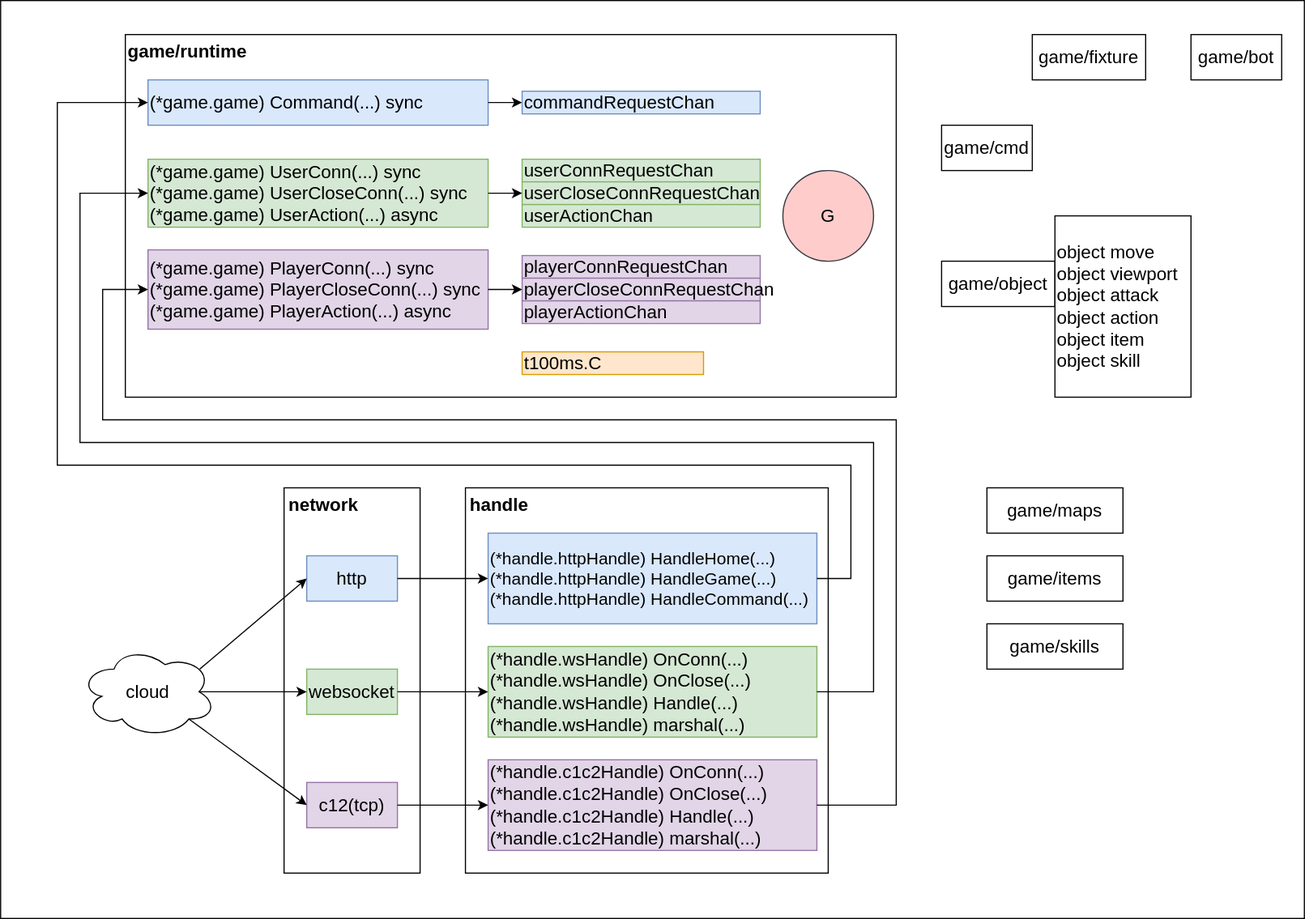
Before: src/server-game/game.drawio.svg, a diagram exported from draw.io (xujintao/balgass). Source tidied: cells renumbered, new cells last; positions are measured from the earlier drawing's top-left corner, leaving out a move shared by most shapes.
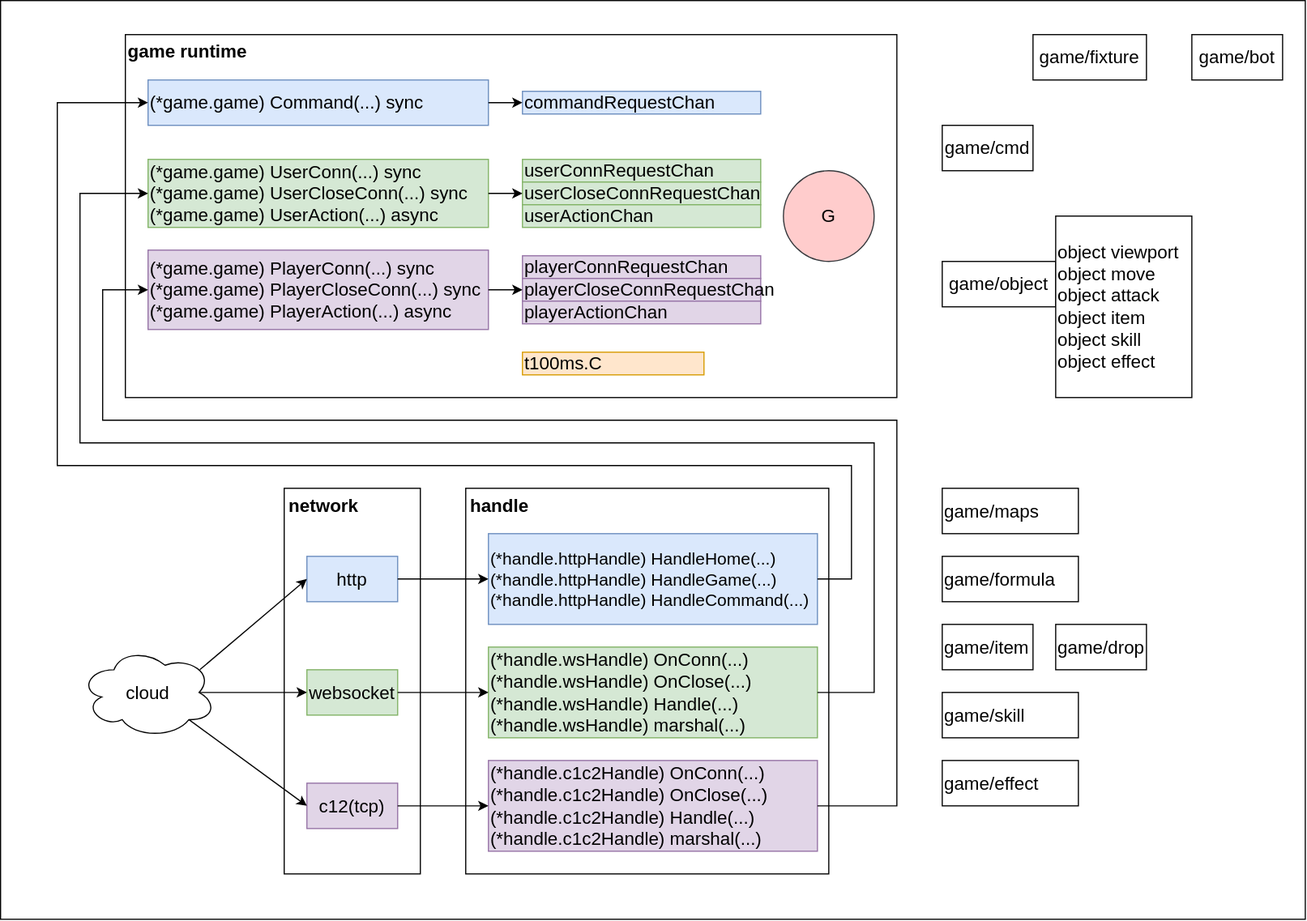
After the commit.

Commit message:
server-game/refactor: move item drop logic from object/monster package to drop package

The edit, as a diff of the source:
```diff
@@ -47,7 +47,7 @@
     <mxCell id="16" value="(*game.game) PlayerConn(...) sync&lt;div&gt;(*game.game) PlayerCloseConn(...) sync&lt;/div&gt;&lt;div&gt;(*game.game) PlayerAction(...) async&lt;/div&gt;" style="rounded=0;whiteSpace=wrap;html=1;align=left;fillColor=#e1d5e7;strokeColor=#9673a6;fontSize=16;fontStyle=0;" parent="1" vertex="1">
       <mxGeometry x="130" y="220" width="300" height="70" as="geometry" />
     </mxCell>
-    <mxCell id="17" value="game/runtime" style="text;html=1;whiteSpace=wrap;strokeColor=none;fillColor=none;align=center;verticalAlign=middle;rounded=0;fontStyle=1;fontSize=16;" parent="1" vertex="1">
+    <mxCell id="17" value="game runtime" style="text;html=1;whiteSpace=wrap;strokeColor=none;fillColor=none;align=center;verticalAlign=middle;rounded=0;fontStyle=1;fontSize=16;" parent="1" vertex="1">
       <mxGeometry x="110" y="30" width="110" height="30" as="geometry" />
     </mxCell>
     <mxCell id="18" value="commandRequestChan" style="rounded=0;whiteSpace=wrap;html=1;align=left;fillColor=#dae8fc;strokeColor=#6c8ebf;fontSize=16;fontStyle=0;" parent="1" vertex="1">
@@ -149,17 +149,26 @@
     <mxCell id="43" value="game/fixture" style="rounded=0;whiteSpace=wrap;html=1;fontStyle=0;fontSize=16;" parent="1" vertex="1">
       <mxGeometry x="910" y="30" width="100" height="40" as="geometry" />
     </mxCell>
-    <mxCell id="44" value="object move&lt;br&gt;object viewport&lt;br&gt;object attack&lt;br&gt;object action&lt;br&gt;object item&lt;br&gt;object skill" style="rounded=0;whiteSpace=wrap;html=1;fontSize=16;align=left;" parent="1" vertex="1">
+    <mxCell id="44" value="&lt;div&gt;object viewport&lt;/div&gt;object move&lt;br&gt;object attack&lt;br&gt;object item&lt;br&gt;object skill&lt;div&gt;object effect&lt;br&gt;&lt;/div&gt;" style="rounded=0;whiteSpace=wrap;html=1;fontSize=16;align=left;" parent="1" vertex="1">
       <mxGeometry x="930" y="190" width="120" height="160" as="geometry" />
     </mxCell>
-    <mxCell id="45" value="game/maps" style="rounded=0;whiteSpace=wrap;html=1;fontSize=16;" parent="1" vertex="1">
-      <mxGeometry x="870" y="430" width="120" height="40" as="geometry" />
+    <mxCell id="45" value="game/maps" style="rounded=0;whiteSpace=wrap;html=1;fontSize=16;align=left;" parent="1" vertex="1">
+      <mxGeometry x="830" y="430" width="120" height="40" as="geometry" />
     </mxCell>
-    <mxCell id="46" value="game/items" style="rounded=0;whiteSpace=wrap;html=1;fontSize=16;" parent="1" vertex="1">
-      <mxGeometry x="870" y="490" width="120" height="40" as="geometry" />
+    <mxCell id="46" value="game/item" style="rounded=0;whiteSpace=wrap;html=1;fontSize=16;align=left;" parent="1" vertex="1">
+      <mxGeometry x="830" y="550" width="80" height="40" as="geometry" />
     </mxCell>
-    <mxCell id="47" value="game/skills" style="rounded=0;whiteSpace=wrap;html=1;fontSize=16;" parent="1" vertex="1">
-      <mxGeometry x="870" y="550" width="120" height="40" as="geometry" />
+    <mxCell id="47" value="game/skill" style="rounded=0;whiteSpace=wrap;html=1;fontSize=16;align=left;" parent="1" vertex="1">
+      <mxGeometry x="830" y="610" width="120" height="40" as="geometry" />
     </mxCell>
+    <mxCell id="48" value="game/formula" style="rounded=0;whiteSpace=wrap;html=1;fontSize=16;align=left;" parent="1" vertex="1">
+      <mxGeometry x="830" y="490" width="120" height="40" as="geometry" />
+    </mxCell>
+    <mxCell id="49" value="game/effect" style="rounded=0;whiteSpace=wrap;html=1;fontSize=16;align=left;" parent="1" vertex="1">
+      <mxGeometry x="830" y="670" width="120" height="40" as="geometry" />
+    </mxCell>
+    <mxCell id="50" value="game/drop" style="rounded=0;whiteSpace=wrap;html=1;fontSize=16;align=left;" parent="1" vertex="1">
+      <mxGeometry x="930" y="550" width="80" height="40" as="geometry" />
+    </mxCell>
   </root>
 </mxGraphModel>
```
